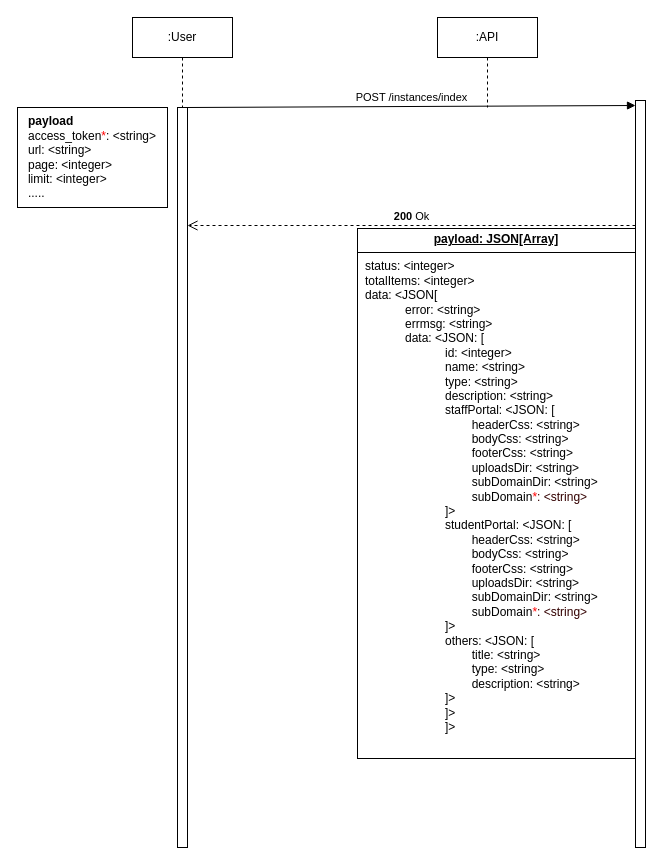
The draw.io diagram page "All School Instances (Configuration)" (4 of 6) of scholar-api-flows1.drawio in olougepa/scholar-api, before the edit. Source tidied: cells renumbered, new cells numbered last; positions are measured from the earlier drawing's top-left corner, leaving out a move shared by most shapes. Both pictures are drawn from the tidied source at 100%, with x=0, y=0 at pixel (17, 17).
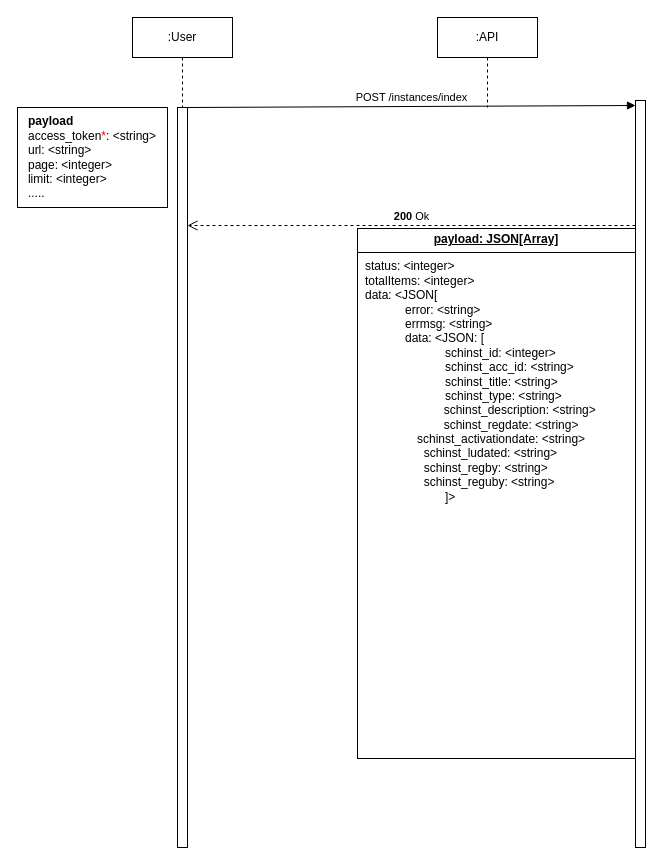
The same diagram, later.

What changed in the source:
```diff
@@
 <mxGraphModel>
   <root>
     <mxCell id="0" />
     <mxCell id="1" parent="0" />
     <mxCell id="2" style="html=1;points=[[0,0,0,0,5],[0,1,0,0,-5],[1,0,0,0,5],[1,1,0,0,-5]];perimeter=orthogonalPerimeter;outlineConnect=0;targetShapes=umlLifeline;portConstraint=eastwest;newEdgeStyle={&quot;curved&quot;:0,&quot;rounded&quot;:0};" parent="1" vertex="1">
       <mxGeometry x="618" y="83" width="10" height="747" as="geometry" />
     </mxCell>
     <mxCell id="3" value="POST /instances/index" style="html=1;verticalAlign=bottom;endArrow=block;curved=0;rounded=0;entryX=0;entryY=0;entryDx=0;entryDy=5;" parent="1" edge="1" source="5" target="2">
       <mxGeometry relative="1" as="geometry" />
     </mxCell>
     <mxCell id="4" value="&lt;b&gt;200&lt;/b&gt; Ok" style="html=1;verticalAlign=bottom;endArrow=open;dashed=1;endSize=8;curved=0;rounded=0;" parent="1" edge="1" source="2">
       <mxGeometry relative="1" as="geometry">
         <mxPoint x="170" y="208" as="targetPoint" />
       </mxGeometry>
     </mxCell>
     <mxCell id="5" style="html=1;points=[[0,0,0,0,5],[0,1,0,0,-5],[1,0,0,0,5],[1,1,0,0,-5]];perimeter=orthogonalPerimeter;outlineConnect=0;targetShapes=umlLifeline;portConstraint=eastwest;newEdgeStyle={&quot;curved&quot;:0,&quot;rounded&quot;:0};" parent="1" vertex="1">
       <mxGeometry x="160" y="90" width="10" height="740" as="geometry" />
     </mxCell>
-    <mxCell id="6" value="&lt;p style=&quot;margin:0px;margin-top:4px;text-align:center;text-decoration:underline;&quot;&gt;&lt;b&gt;payload: JSON[Array]&lt;/b&gt;&lt;/p&gt;&lt;hr size=&quot;1&quot; style=&quot;border-style:solid;&quot;&gt;&lt;p style=&quot;margin:0px;margin-left:8px;&quot;&gt;status: &amp;lt;integer&amp;gt;&lt;/p&gt;&lt;p style=&quot;margin:0px;margin-left:8px;&quot;&gt;totalItems: &amp;lt;integer&amp;gt;&lt;/p&gt;&lt;p style=&quot;margin:0px;margin-left:8px;&quot;&gt;data: &amp;lt;JSON[&lt;/p&gt;&lt;blockquote style=&quot;margin: 0 0 0 40px; border: none; padding: 0px;&quot;&gt;&lt;p style=&quot;margin:0px;margin-left:8px;&quot;&gt;error: &amp;lt;string&amp;gt;&lt;/p&gt;&lt;p style=&quot;margin:0px;margin-left:8px;&quot;&gt;errmsg: &amp;lt;string&amp;gt;&lt;/p&gt;&lt;p style=&quot;margin:0px;margin-left:8px;&quot;&gt;data: &amp;lt;JSON: [&amp;nbsp;&lt;/p&gt;&lt;/blockquote&gt;&lt;blockquote style=&quot;margin: 0 0 0 40px; border: none; padding: 0px;&quot;&gt;&lt;blockquote style=&quot;margin: 0 0 0 40px; border: none; padding: 0px;&quot;&gt;&lt;p style=&quot;margin:0px;margin-left:8px;&quot;&gt;id: &amp;lt;integer&amp;gt;&lt;/p&gt;&lt;/blockquote&gt;&lt;blockquote style=&quot;margin: 0 0 0 40px; border: none; padding: 0px;&quot;&gt;&lt;p style=&quot;margin:0px;margin-left:8px;&quot;&gt;name: &amp;lt;string&amp;gt;&lt;/p&gt;&lt;/blockquote&gt;&lt;blockquote style=&quot;margin: 0 0 0 40px; border: none; padding: 0px;&quot;&gt;&lt;p style=&quot;margin:0px;margin-left:8px;&quot;&gt;type: &amp;lt;string&amp;gt;&lt;/p&gt;&lt;/blockquote&gt;&lt;blockquote style=&quot;margin: 0 0 0 40px; border: none; padding: 0px;&quot;&gt;&lt;p style=&quot;margin:0px;margin-left:8px;&quot;&gt;description: &amp;lt;string&amp;gt;&lt;/p&gt;&lt;/blockquote&gt;&lt;blockquote style=&quot;margin: 0 0 0 40px; border: none; padding: 0px;&quot;&gt;&lt;p style=&quot;margin:0px;margin-left:8px;&quot;&gt;staffPortal: &amp;lt;JSON: [&lt;/p&gt;&lt;/blockquote&gt;&lt;blockquote style=&quot;margin: 0 0 0 40px; border: none; padding: 0px;&quot;&gt;&lt;p style=&quot;margin:0px;margin-left:8px;&quot;&gt;&lt;span style=&quot;white-space: pre;&quot;&gt;&#9;&lt;/span&gt;headerCss: &amp;lt;string&amp;gt;&lt;/p&gt;&lt;/blockquote&gt;&lt;blockquote style=&quot;margin: 0 0 0 40px; border: none; padding: 0px;&quot;&gt;&lt;p style=&quot;margin:0px;margin-left:8px;&quot;&gt;&lt;span style=&quot;white-space: pre;&quot;&gt;&#9;&lt;/span&gt;bodyCss: &amp;lt;string&amp;gt;&lt;/p&gt;&lt;/blockquote&gt;&lt;blockquote style=&quot;margin: 0 0 0 40px; border: none; padding: 0px;&quot;&gt;&lt;p style=&quot;margin:0px;margin-left:8px;&quot;&gt;&lt;span style=&quot;white-space: pre;&quot;&gt;&#9;&lt;/span&gt;footerCss: &amp;lt;string&amp;gt;&lt;/p&gt;&lt;/blockquote&gt;&lt;blockquote style=&quot;margin: 0 0 0 40px; border: none; padding: 0px;&quot;&gt;&lt;p style=&quot;margin:0px;margin-left:8px;&quot;&gt;&lt;span style=&quot;white-space: pre;&quot;&gt;&#9;&lt;/span&gt;uploadsDir: &amp;lt;string&amp;gt;&lt;/p&gt;&lt;/blockquote&gt;&lt;blockquote style=&quot;margin: 0 0 0 40px; border: none; padding: 0px;&quot;&gt;&lt;p style=&quot;margin:0px;margin-left:8px;&quot;&gt;&lt;span style=&quot;white-space: pre;&quot;&gt;&#9;&lt;/span&gt;subDomainDir: &amp;lt;string&amp;gt;&lt;/p&gt;&lt;/blockquote&gt;&lt;blockquote style=&quot;margin: 0 0 0 40px; border: none; padding: 0px;&quot;&gt;&lt;p style=&quot;margin:0px;margin-left:8px;&quot;&gt;&lt;span style=&quot;white-space: pre;&quot;&gt;&#9;&lt;/span&gt;subDomain&lt;font color=&quot;#ff0000&quot;&gt;*&lt;/font&gt;&lt;font color=&quot;#330000&quot;&gt;: &amp;lt;string&amp;gt;&lt;/font&gt;&lt;/p&gt;&lt;/blockquote&gt;&lt;blockquote style=&quot;margin: 0 0 0 40px; border: none; padding: 0px;&quot;&gt;&lt;p style=&quot;margin:0px;margin-left:8px;&quot;&gt;]&amp;gt;&lt;/p&gt;&lt;/blockquote&gt;&lt;blockquote style=&quot;margin: 0 0 0 40px; border: none; padding: 0px;&quot;&gt;&lt;p style=&quot;margin: 0px 0px 0px 8px;&quot;&gt;studentPortal: &amp;lt;JSON: [&lt;/p&gt;&lt;/blockquote&gt;&lt;blockquote style=&quot;margin: 0 0 0 40px; border: none; padding: 0px;&quot;&gt;&lt;p style=&quot;margin: 0px 0px 0px 8px;&quot;&gt;&lt;span style=&quot;white-space: pre;&quot;&gt;&#9;&lt;/span&gt;headerCss: &amp;lt;string&amp;gt;&lt;/p&gt;&lt;/blockquote&gt;&lt;blockquote style=&quot;margin: 0 0 0 40px; border: none; padding: 0px;&quot;&gt;&lt;p style=&quot;margin: 0px 0px 0px 8px;&quot;&gt;&lt;span style=&quot;white-space: pre;&quot;&gt;&#9;&lt;/span&gt;bodyCss: &amp;lt;string&amp;gt;&lt;/p&gt;&lt;/blockquote&gt;&lt;blockquote style=&quot;margin: 0 0 0 40px; border: none; padding: 0px;&quot;&gt;&lt;p style=&quot;margin: 0px 0px 0px 8px;&quot;&gt;&lt;span style=&quot;white-space: pre;&quot;&gt;&#9;&lt;/span&gt;footerCss: &amp;lt;string&amp;gt;&lt;/p&gt;&lt;/blockquote&gt;&lt;blockquote style=&quot;margin: 0 0 0 40px; border: none; padding: 0px;&quot;&gt;&lt;p style=&quot;margin: 0px 0px 0px 8px;&quot;&gt;&lt;span style=&quot;white-space: pre;&quot;&gt;&#9;&lt;/span&gt;uploadsDir: &amp;lt;string&amp;gt;&lt;/p&gt;&lt;/blockquote&gt;&lt;blockquote style=&quot;margin: 0 0 0 40px; border: none; padding: 0px;&quot;&gt;&lt;p style=&quot;margin: 0px 0px 0px 8px;&quot;&gt;&lt;span style=&quot;white-space: pre;&quot;&gt;&#9;&lt;/span&gt;subDomainDir: &amp;lt;string&amp;gt;&lt;/p&gt;&lt;/blockquote&gt;&lt;blockquote style=&quot;margin: 0 0 0 40px; border: none; padding: 0px;&quot;&gt;&lt;p style=&quot;margin: 0px 0px 0px 8px;&quot;&gt;&lt;span style=&quot;white-space: pre;&quot;&gt;&#9;&lt;/span&gt;subDomain&lt;font color=&quot;#ff0000&quot;&gt;*&lt;/font&gt;&lt;font color=&quot;#330000&quot;&gt;: &amp;lt;string&amp;gt;&lt;/font&gt;&lt;/p&gt;&lt;/blockquote&gt;&lt;blockquote style=&quot;margin: 0 0 0 40px; border: none; padding: 0px;&quot;&gt;&lt;p style=&quot;margin: 0px 0px 0px 8px;&quot;&gt;]&amp;gt;&lt;/p&gt;&lt;/blockquote&gt;&lt;blockquote style=&quot;margin: 0 0 0 40px; border: none; padding: 0px;&quot;&gt;&lt;p style=&quot;margin: 0px 0px 0px 8px;&quot;&gt;others: &amp;lt;JSON: [&lt;/p&gt;&lt;/blockquote&gt;&lt;blockquote style=&quot;margin: 0 0 0 40px; border: none; padding: 0px;&quot;&gt;&lt;p style=&quot;margin: 0px 0px 0px 8px;&quot;&gt;&lt;span style=&quot;white-space: pre;&quot;&gt;&#9;&lt;/span&gt;title: &amp;lt;string&amp;gt;&lt;/p&gt;&lt;/blockquote&gt;&lt;blockquote style=&quot;margin: 0 0 0 40px; border: none; padding: 0px;&quot;&gt;&lt;p style=&quot;margin: 0px 0px 0px 8px;&quot;&gt;&lt;span style=&quot;white-space: pre;&quot;&gt;&#9;&lt;/span&gt;type: &amp;lt;string&amp;gt;&lt;/p&gt;&lt;/blockquote&gt;&lt;blockquote style=&quot;margin: 0 0 0 40px; border: none; padding: 0px;&quot;&gt;&lt;p style=&quot;margin: 0px 0px 0px 8px;&quot;&gt;&lt;span style=&quot;white-space: pre;&quot;&gt;&#9;&lt;/span&gt;description: &amp;lt;string&amp;gt;&lt;/p&gt;&lt;/blockquote&gt;&lt;blockquote style=&quot;margin: 0 0 0 40px; border: none; padding: 0px;&quot;&gt;&lt;p style=&quot;margin: 0px 0px 0px 8px;&quot;&gt;]&amp;gt;&lt;/p&gt;&lt;p style=&quot;margin: 0px 0px 0px 8px;&quot;&gt;]&amp;gt;&lt;/p&gt;&lt;p style=&quot;margin: 0px 0px 0px 8px;&quot;&gt;&lt;span style=&quot;background-color: initial;&quot;&gt;]&amp;gt;&lt;/span&gt;&lt;/p&gt;&lt;/blockquote&gt;&lt;/blockquote&gt;" style="verticalAlign=top;align=left;overflow=fill;html=1;whiteSpace=wrap;" parent="1" vertex="1">
+    <mxCell id="6" value="&lt;p style=&quot;margin:0px;margin-top:4px;text-align:center;text-decoration:underline;&quot;&gt;&lt;b&gt;payload: JSON[Array]&lt;/b&gt;&lt;/p&gt;&lt;hr size=&quot;1&quot; style=&quot;border-style:solid;&quot;&gt;&lt;p style=&quot;margin:0px;margin-left:8px;&quot;&gt;status: &amp;lt;integer&amp;gt;&lt;/p&gt;&lt;p style=&quot;margin:0px;margin-left:8px;&quot;&gt;totalItems: &amp;lt;integer&amp;gt;&lt;/p&gt;&lt;p style=&quot;margin:0px;margin-left:8px;&quot;&gt;data: &amp;lt;JSON[&lt;/p&gt;&lt;blockquote style=&quot;margin: 0 0 0 40px; border: none; padding: 0px;&quot;&gt;&lt;p style=&quot;margin:0px;margin-left:8px;&quot;&gt;error: &amp;lt;string&amp;gt;&lt;/p&gt;&lt;p style=&quot;margin:0px;margin-left:8px;&quot;&gt;errmsg: &amp;lt;string&amp;gt;&lt;/p&gt;&lt;p style=&quot;margin:0px;margin-left:8px;&quot;&gt;data: &amp;lt;JSON: [&amp;nbsp;&lt;/p&gt;&lt;/blockquote&gt;&lt;blockquote style=&quot;margin: 0 0 0 40px; border: none; padding: 0px;&quot;&gt;&lt;blockquote style=&quot;margin: 0 0 0 40px; border: none; padding: 0px;&quot;&gt;&lt;p style=&quot;margin:0px;margin-left:8px;&quot;&gt;schinst_id: &amp;lt;integer&amp;gt;&lt;/p&gt;&lt;/blockquote&gt;&lt;blockquote style=&quot;margin: 0 0 0 40px; border: none; padding: 0px;&quot;&gt;&lt;p style=&quot;margin:0px;margin-left:8px;&quot;&gt;schinst_acc_id: &amp;lt;string&amp;gt;&lt;/p&gt;&lt;/blockquote&gt;&lt;blockquote style=&quot;margin: 0 0 0 40px; border: none; padding: 0px;&quot;&gt;&lt;p style=&quot;margin:0px;margin-left:8px;&quot;&gt;schinst_title: &amp;lt;string&amp;gt;&lt;/p&gt;&lt;/blockquote&gt;&lt;blockquote style=&quot;margin: 0 0 0 40px; border: none; padding: 0px;&quot;&gt;&lt;p style=&quot;margin:0px;margin-left:8px;&quot;&gt;schinst_type: &amp;lt;string&amp;gt;&lt;/p&gt;&lt;/blockquote&gt;&lt;blockquote style=&quot;margin: 0 0 0 40px; border: none; padding: 0px;&quot;&gt;&amp;nbsp; schinst_description&lt;span style=&quot;background-color: initial;&quot;&gt;: &amp;lt;string&amp;gt;&lt;/span&gt;&lt;/blockquote&gt;&lt;span style=&quot;white-space: pre;&quot;&gt;&#9;&lt;/span&gt;&amp;nbsp; &amp;nbsp; &amp;nbsp; schinst_regdate:&amp;nbsp;&lt;span style=&quot;background-color: initial;&quot;&gt;&amp;lt;string&amp;gt;&amp;nbsp;&lt;/span&gt;&lt;/blockquote&gt;&lt;blockquote style=&quot;margin: 0 0 0 40px; border: none; padding: 0px;&quot;&gt;&lt;span style=&quot;background-color: initial;&quot;&gt;&amp;nbsp; &amp;nbsp; &amp;nbsp; schinst_activationdate: &amp;lt;string&amp;gt;&lt;/span&gt;&lt;/blockquote&gt;&lt;blockquote style=&quot;margin: 0 0 0 40px; border: none; padding: 0px;&quot;&gt;&lt;span style=&quot;white-space: pre;&quot;&gt;&#9;&lt;/span&gt;schinst_ludated: &amp;lt;string&amp;gt;&lt;/blockquote&gt;&lt;blockquote style=&quot;margin: 0 0 0 40px; border: none; padding: 0px;&quot;&gt;&amp;nbsp; &amp;nbsp; &amp;nbsp; &amp;nbsp;&amp;nbsp;schinst_regby: &amp;lt;string&amp;gt;&lt;/blockquote&gt;&lt;blockquote style=&quot;margin: 0 0 0 40px; border: none; padding: 0px;&quot;&gt;&lt;span style=&quot;white-space: pre;&quot;&gt;&#9;&lt;/span&gt;schinst_reguby: &amp;lt;string&amp;gt;&lt;br&gt;&lt;blockquote style=&quot;margin: 0 0 0 40px; border: none; padding: 0px;&quot;&gt;&lt;p style=&quot;margin: 0px 0px 0px 8px;&quot;&gt;&lt;span style=&quot;background-color: initial;&quot;&gt;]&amp;gt;&lt;/span&gt;&lt;/p&gt;&lt;/blockquote&gt;&lt;/blockquote&gt;" style="verticalAlign=top;align=left;overflow=fill;html=1;whiteSpace=wrap;" parent="1" vertex="1">
       <mxGeometry x="340" y="211" width="278" height="530" as="geometry" />
     </mxCell>
     <mxCell id="7" value=":User" style="shape=umlLifeline;perimeter=lifelinePerimeter;whiteSpace=wrap;html=1;newEdgeStyle={&quot;curved&quot;:0,&quot;rounded&quot;:0};" parent="1" vertex="1">
       <mxGeometry x="115" width="100" height="90" as="geometry" />
     </mxCell>
     <mxCell id="8" value=":API" style="shape=umlLifeline;perimeter=lifelinePerimeter;whiteSpace=wrap;html=1;newEdgeStyle={&quot;curved&quot;:0,&quot;rounded&quot;:0};" parent="1" vertex="1">
       <mxGeometry x="420" width="100" height="90" as="geometry" />
     </mxCell>
     <mxCell id="9" value="&lt;div style=&quot;text-align: left;&quot;&gt;&lt;b style=&quot;background-color: initial;&quot;&gt;payload&lt;/b&gt;&lt;/div&gt;&lt;div style=&quot;text-align: left;&quot;&gt;access_token&lt;font color=&quot;#ff0000&quot;&gt;*&lt;/font&gt;: &amp;lt;string&amp;gt;&lt;/div&gt;&lt;div style=&quot;text-align: left;&quot;&gt;url: &amp;lt;string&amp;gt;&lt;/div&gt;&lt;div style=&quot;text-align: left;&quot;&gt;page: &amp;lt;integer&amp;gt;&lt;/div&gt;&lt;div style=&quot;text-align: left;&quot;&gt;limit: &amp;lt;integer&amp;gt;&lt;/div&gt;&lt;div style=&quot;text-align: left;&quot;&gt;.....&lt;/div&gt;" style="html=1;whiteSpace=wrap;" parent="1" vertex="1">
       <mxGeometry y="90" width="150" height="100" as="geometry" />
     </mxCell>
   </root>
 </mxGraphModel>
```
